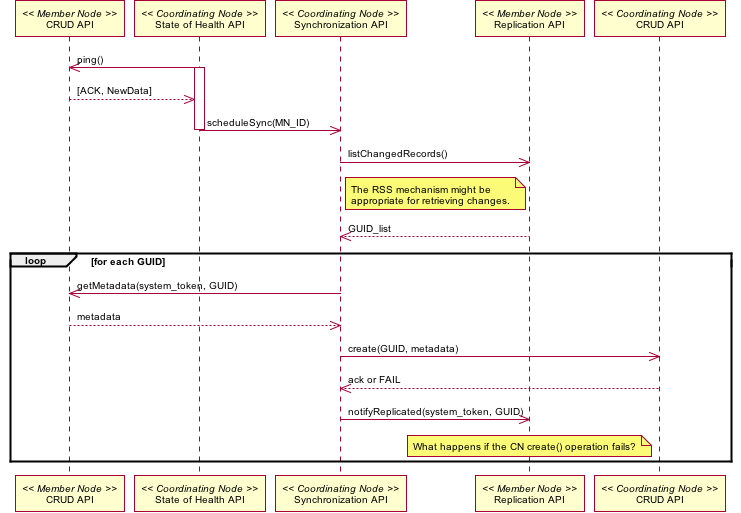
The PlantUML diagram source/UseCases/images/06_interaction.png in datadavev/DataONE_architecture, before a commit.
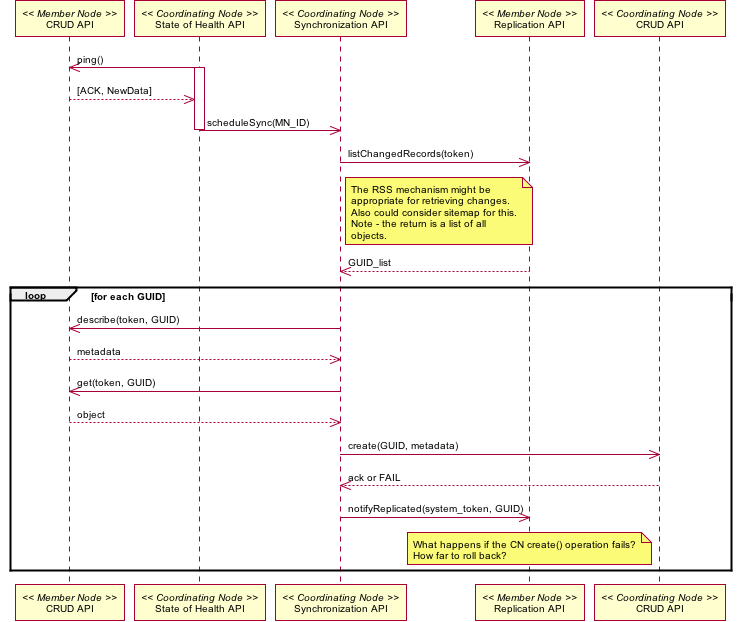
After the commit.

The edit, as a diff of the source:
```diff
@@ -65,21 +65,27 @@
 c_health -> c_sync: scheduleSync(MN_ID)
 deactivate c_health
 participant "Replication API" as m_rep << Member Node >>
-c_sync -> m_rep: listChangedRecords()
+c_sync -> m_rep: listChangedRecords(token)
 note right of c_sync
 The RSS mechanism might be
 appropriate for retrieving changes.
+Also could consider sitemap for this.
+Note - the return is a list of all
+objects.
 end note
 c_sync <-- m_rep: GUID_list
 loop for each GUID
-c_sync -> m_crud: getMetadata(system_token, GUID)
+c_sync -> m_crud: describe(token, GUID)
 c_sync <-- m_crud: metadata
+c_sync -> m_crud: get(token, GUID)
+c_sync <-- m_crud: object
 participant "CRUD API" as c_crud << Coordinating Node >>
 c_sync -> c_crud: create(GUID, metadata)
 c_sync <-- c_crud: ack or FAIL
 c_sync -> m_rep: notifyReplicated(system_token, GUID)
 note over m_rep
 What happens if the CN create() operation fails?
+How far to roll back?
 end note
 end
 @enduml
```
